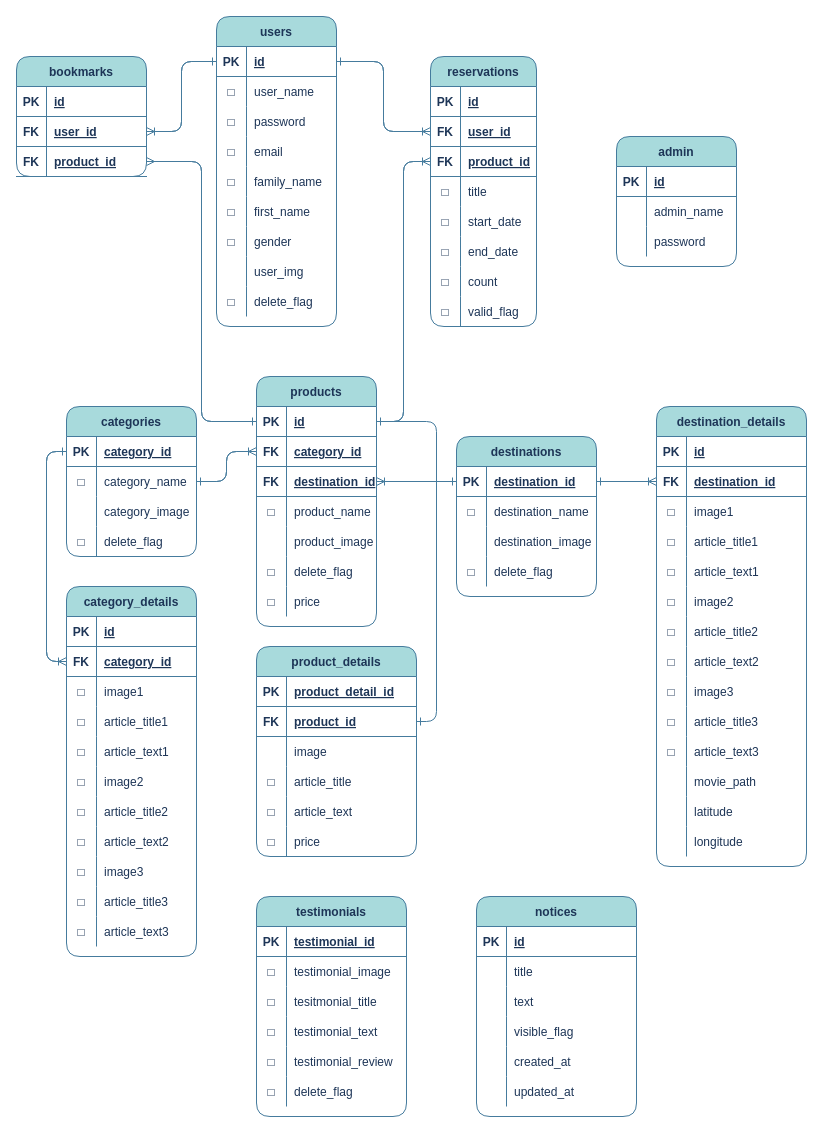
This is portfolio/relation.dio from rnog0314/Portfolio-OTA, a draw.io file, before an edit. Source tidied: cells renumbered, new cells numbered last; positions are measured from the earlier drawing's top-left corner, leaving out a move shared by most shapes. Both pictures are drawn from the tidied source at 100%, with x=0, y=0 at pixel (16, 16).
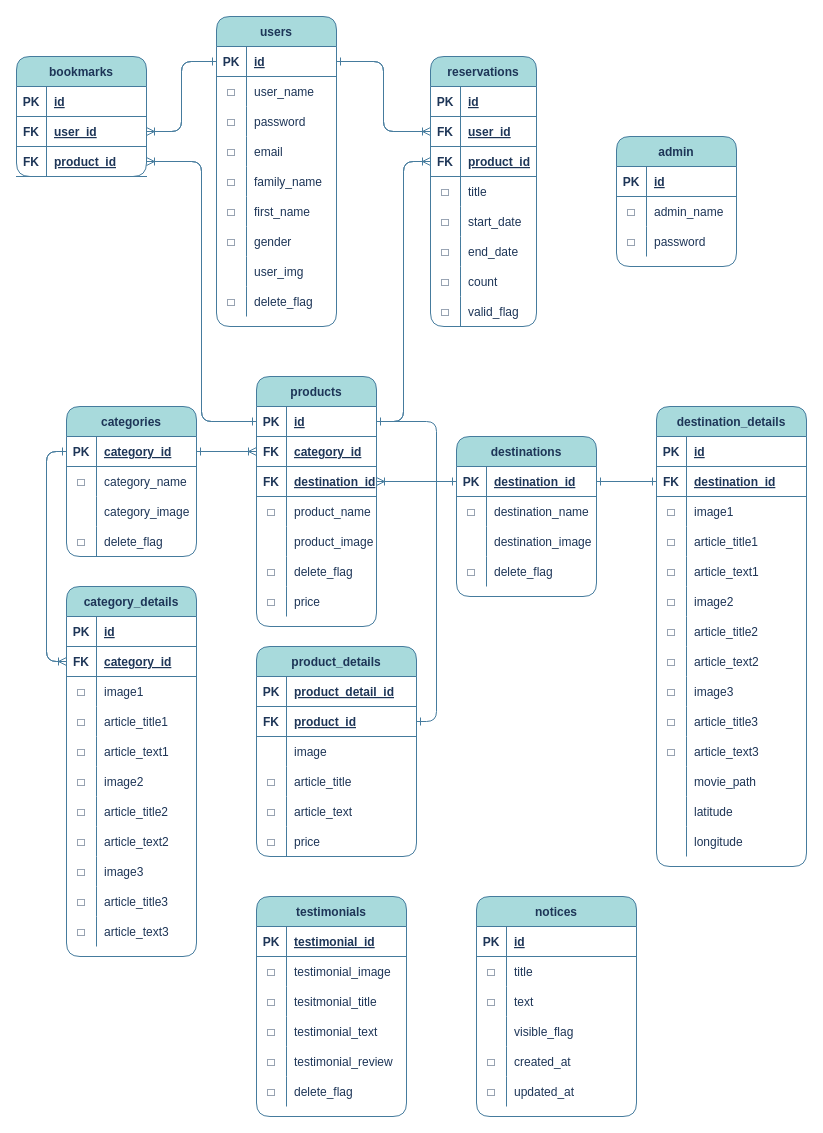
Above is the later version.

The change refers to these unchanged cells:
```xml
<mxCell id="57" style="shape=partialRectangle;fillColor=none;top=0;left=0;bottom=1;right=0;points=[[0,0.5],[1,0.5]];portConstraint=eastwest;strokeColor=#457B9D;fontColor=#1D3557;rounded=1;" parent="56" vertex="1">
  <mxGeometry y="30" width="120" height="30" as="geometry" />
</mxCell>
<mxCell id="60" style="shape=partialRectangle;fillColor=none;top=0;left=0;bottom=1;right=0;points=[[0,0.5],[1,0.5]];portConstraint=eastwest;strokeColor=#457B9D;fontColor=#1D3557;rounded=1;" parent="56" vertex="1">
  <mxGeometry y="60" width="120" height="30" as="geometry" />
</mxCell>
<mxCell id="80" value="categories" style="shape=table;startSize=30;childLayout=tableLayout;rowLines=0;fontStyle=1;align=center;fillColor=#A8DADC;strokeColor=#457B9D;fontColor=#1D3557;rounded=1;" parent="1" vertex="1">
  <mxGeometry x="50" y="390" width="130" height="150" as="geometry" />
</mxCell>
<mxCell id="81" style="shape=partialRectangle;fillColor=none;top=0;left=0;bottom=1;right=0;points=[[0,0.5],[1,0.5]];portConstraint=eastwest;strokeColor=#457B9D;fontColor=#1D3557;rounded=1;" parent="80" vertex="1">
  <mxGeometry y="30" width="130" height="30" as="geometry" />
</mxCell>
<mxCell id="84" style="shape=partialRectangle;fillColor=none;top=0;left=0;bottom=0;right=0;points=[[0,0.5],[1,0.5]];portConstraint=eastwest;strokeColor=#457B9D;fontColor=#1D3557;rounded=1;" parent="80" vertex="1">
  <mxGeometry y="60" width="130" height="30" as="geometry" />
</mxCell>
<mxCell id="95" style="shape=partialRectangle;fillColor=none;top=0;left=0;bottom=1;right=0;points=[[0,0.5],[1,0.5]];portConstraint=eastwest;strokeColor=#457B9D;fontColor=#1D3557;rounded=1;" parent="94" vertex="1">
  <mxGeometry y="30" width="140" height="30" as="geometry" />
</mxCell>
<mxCell id="147" style="shape=partialRectangle;fillColor=none;top=0;left=0;bottom=1;right=0;points=[[0,0.5],[1,0.5]];portConstraint=eastwest;strokeColor=#457B9D;fontColor=#1D3557;rounded=1;" parent="143" vertex="1">
  <mxGeometry y="60" width="150" height="30" as="geometry" />
</mxCell>
<mxCell id="196" style="shape=partialRectangle;fillColor=none;top=0;left=0;bottom=1;right=0;points=[[0,0.5],[1,0.5]];portConstraint=eastwest;strokeColor=#457B9D;fontColor=#1D3557;rounded=1;" parent="189" vertex="1">
  <mxGeometry y="90" width="130" height="30" as="geometry" />
</mxCell>
<mxCell id="251" style="shape=partialRectangle;fillColor=none;top=0;left=0;bottom=0;right=0;strokeColor=#457B9D;fontColor=#1D3557;rounded=1;" parent="247" vertex="1">
  <mxGeometry y="60" width="160" height="30" as="geometry" />
</mxCell>
<mxCell id="254" style="shape=partialRectangle;fillColor=none;top=0;left=0;bottom=0;right=0;strokeColor=#457B9D;fontColor=#1D3557;rounded=1;" parent="247" vertex="1">
  <mxGeometry y="90" width="160" height="30" as="geometry" />
</mxCell>
<mxCell id="260" style="shape=partialRectangle;fillColor=none;top=0;left=0;bottom=0;right=0;strokeColor=#457B9D;fontColor=#1D3557;rounded=1;" parent="247" vertex="1">
  <mxGeometry y="150" width="160" height="30" as="geometry" />
</mxCell>
<mxCell id="263" style="shape=partialRectangle;fillColor=none;top=0;left=0;bottom=0;right=0;strokeColor=#457B9D;fontColor=#1D3557;rounded=1;" parent="247" vertex="1">
  <mxGeometry y="180" width="160" height="30" as="geometry" />
</mxCell>
<mxCell id="270" style="shape=partialRectangle;fillColor=none;top=0;left=0;bottom=0;right=0;strokeColor=#457B9D;fontColor=#1D3557;rounded=1;" parent="266" vertex="1">
  <mxGeometry y="60" width="120" height="30" as="geometry" />
</mxCell>
<mxCell id="273" style="shape=partialRectangle;fillColor=none;top=0;left=0;bottom=0;right=0;strokeColor=#457B9D;fontColor=#1D3557;rounded=1;" parent="266" vertex="1">
  <mxGeometry y="90" width="120" height="30" as="geometry" />
</mxCell>
```

Change to the diagram source:
```diff
@@
-    <mxCell id="79" style="edgeStyle=orthogonalEdgeStyle;jettySize=auto;html=1;entryX=0;entryY=0.5;entryDx=0;entryDy=0;endArrow=ERoneToMany;endFill=0;labelBackgroundColor=#F1FAEE;strokeColor=#457B9D;fontColor=#1D3557;" parent="1" edge="1" source="80" target="60">
+    <mxCell id="79" style="edgeStyle=orthogonalEdgeStyle;jettySize=auto;html=1;entryX=0;entryY=0.5;entryDx=0;entryDy=0;endArrow=ERoneToMany;endFill=0;labelBackgroundColor=#F1FAEE;strokeColor=#457B9D;fontColor=#1D3557;exitX=1;exitY=0.5;exitDx=0;exitDy=0;" parent="1" edge="1" source="81" target="60">
       <mxGeometry relative="1" as="geometry" />
     </mxCell>
@@
-    <mxCell id="93" style="edgeStyle=orthogonalEdgeStyle;jettySize=auto;html=1;entryX=1;entryY=0.5;entryDx=0;entryDy=0;endArrow=ERone;endFill=0;labelBackgroundColor=#F1FAEE;strokeColor=#457B9D;fontColor=#1D3557;" parent="1" edge="1" source="60" target="84">
+    <mxCell id="93" style="edgeStyle=orthogonalEdgeStyle;jettySize=auto;html=1;entryX=1;entryY=0.5;entryDx=0;entryDy=0;endArrow=ERone;endFill=0;labelBackgroundColor=#F1FAEE;strokeColor=#457B9D;fontColor=#1D3557;" parent="1" edge="1" source="60" target="81">
       <mxGeometry relative="1" as="geometry" />
     </mxCell>
@@
-    <mxCell id="186" style="edgeStyle=orthogonalEdgeStyle;jettySize=auto;html=1;entryX=0;entryY=0.5;entryDx=0;entryDy=0;endArrow=ERoneToMany;endFill=0;labelBackgroundColor=#F1FAEE;strokeColor=#457B9D;fontColor=#1D3557;" parent="1" edge="1" source="95" target="147">
+    <mxCell id="186" style="edgeStyle=orthogonalEdgeStyle;jettySize=auto;html=1;entryX=0;entryY=0.5;entryDx=0;entryDy=0;endArrow=ERone;endFill=0;labelBackgroundColor=#F1FAEE;strokeColor=#457B9D;fontColor=#1D3557;" parent="1" edge="1" source="95" target="147">
       <mxGeometry relative="1" as="geometry" />
     </mxCell>
-    <mxCell id="187" style="edgeStyle=orthogonalEdgeStyle;jettySize=auto;html=1;endArrow=ERone;endFill=0;labelBackgroundColor=#F1FAEE;strokeColor=#457B9D;fontColor=#1D3557;" parent="1" edge="1" source="147">
+    <mxCell id="187" style="edgeStyle=orthogonalEdgeStyle;jettySize=auto;html=1;endArrow=ERone;endFill=0;labelBackgroundColor=#F1FAEE;strokeColor=#457B9D;fontColor=#1D3557;exitX=0;exitY=0.5;exitDx=0;exitDy=0;" parent="1" edge="1" source="147">
       <mxGeometry relative="1" as="geometry">
         <mxPoint x="580" y="465" as="targetPoint" />
       </mxGeometry>
     </mxCell>
@@
-    <mxCell id="205" style="edgeStyle=orthogonalEdgeStyle;jettySize=auto;html=1;entryX=1;entryY=0.5;entryDx=0;entryDy=0;endArrow=ERmany;endFill=0;labelBackgroundColor=#F1FAEE;strokeColor=#457B9D;fontColor=#1D3557;" parent="1" edge="1" source="57" target="196">
+    <mxCell id="205" style="edgeStyle=orthogonalEdgeStyle;jettySize=auto;html=1;entryX=1;entryY=0.5;entryDx=0;entryDy=0;endArrow=ERoneToMany;endFill=0;labelBackgroundColor=#F1FAEE;strokeColor=#457B9D;fontColor=#1D3557;" parent="1" edge="1" source="57" target="196">
       <mxGeometry relative="1" as="geometry" />
     </mxCell>
@@
-    <mxCell id="252" style="shape=partialRectangle;fillColor=none;top=0;left=0;bottom=0;right=0;overflow=hidden;strokeColor=#457B9D;fontColor=#1D3557;rounded=1;" parent="251" vertex="1">
+    <mxCell id="252" value="□" style="shape=partialRectangle;fillColor=none;top=0;left=0;bottom=0;right=0;overflow=hidden;strokeColor=#457B9D;fontColor=#1D3557;rounded=1;" parent="251" vertex="1">
       <mxGeometry width="30" height="30" as="geometry" />
     </mxCell>
@@
-    <mxCell id="255" style="shape=partialRectangle;fillColor=none;top=0;left=0;bottom=0;right=0;overflow=hidden;strokeColor=#457B9D;fontColor=#1D3557;rounded=1;" parent="254" vertex="1">
+    <mxCell id="255" value="□" style="shape=partialRectangle;fillColor=none;top=0;left=0;bottom=0;right=0;overflow=hidden;strokeColor=#457B9D;fontColor=#1D3557;rounded=1;" parent="254" vertex="1">
       <mxGeometry width="30" height="30" as="geometry" />
     </mxCell>
@@
-    <mxCell id="261" style="shape=partialRectangle;fillColor=none;top=0;left=0;bottom=0;right=0;overflow=hidden;strokeColor=#457B9D;fontColor=#1D3557;rounded=1;" parent="260" vertex="1">
+    <mxCell id="261" value="□" style="shape=partialRectangle;fillColor=none;top=0;left=0;bottom=0;right=0;overflow=hidden;strokeColor=#457B9D;fontColor=#1D3557;rounded=1;" parent="260" vertex="1">
       <mxGeometry width="30" height="30" as="geometry" />
     </mxCell>
@@
-    <mxCell id="264" style="shape=partialRectangle;fillColor=none;top=0;left=0;bottom=0;right=0;overflow=hidden;strokeColor=#457B9D;fontColor=#1D3557;rounded=1;" parent="263" vertex="1">
+    <mxCell id="264" value="□" style="shape=partialRectangle;fillColor=none;top=0;left=0;bottom=0;right=0;overflow=hidden;strokeColor=#457B9D;fontColor=#1D3557;rounded=1;" parent="263" vertex="1">
       <mxGeometry width="30" height="30" as="geometry" />
     </mxCell>
@@
-    <mxCell id="271" style="shape=partialRectangle;fillColor=none;top=0;left=0;bottom=0;right=0;overflow=hidden;strokeColor=#457B9D;fontColor=#1D3557;rounded=1;" parent="270" vertex="1">
+    <mxCell id="271" value="□" style="shape=partialRectangle;fillColor=none;top=0;left=0;bottom=0;right=0;overflow=hidden;strokeColor=#457B9D;fontColor=#1D3557;rounded=1;" parent="270" vertex="1">
       <mxGeometry width="30" height="30" as="geometry" />
     </mxCell>
@@
-    <mxCell id="274" style="shape=partialRectangle;fillColor=none;top=0;left=0;bottom=0;right=0;overflow=hidden;strokeColor=#457B9D;fontColor=#1D3557;rounded=1;" parent="273" vertex="1">
+    <mxCell id="274" value="□" style="shape=partialRectangle;fillColor=none;top=0;left=0;bottom=0;right=0;overflow=hidden;strokeColor=#457B9D;fontColor=#1D3557;rounded=1;" parent="273" vertex="1">
       <mxGeometry width="30" height="30" as="geometry" />
     </mxCell>
```
